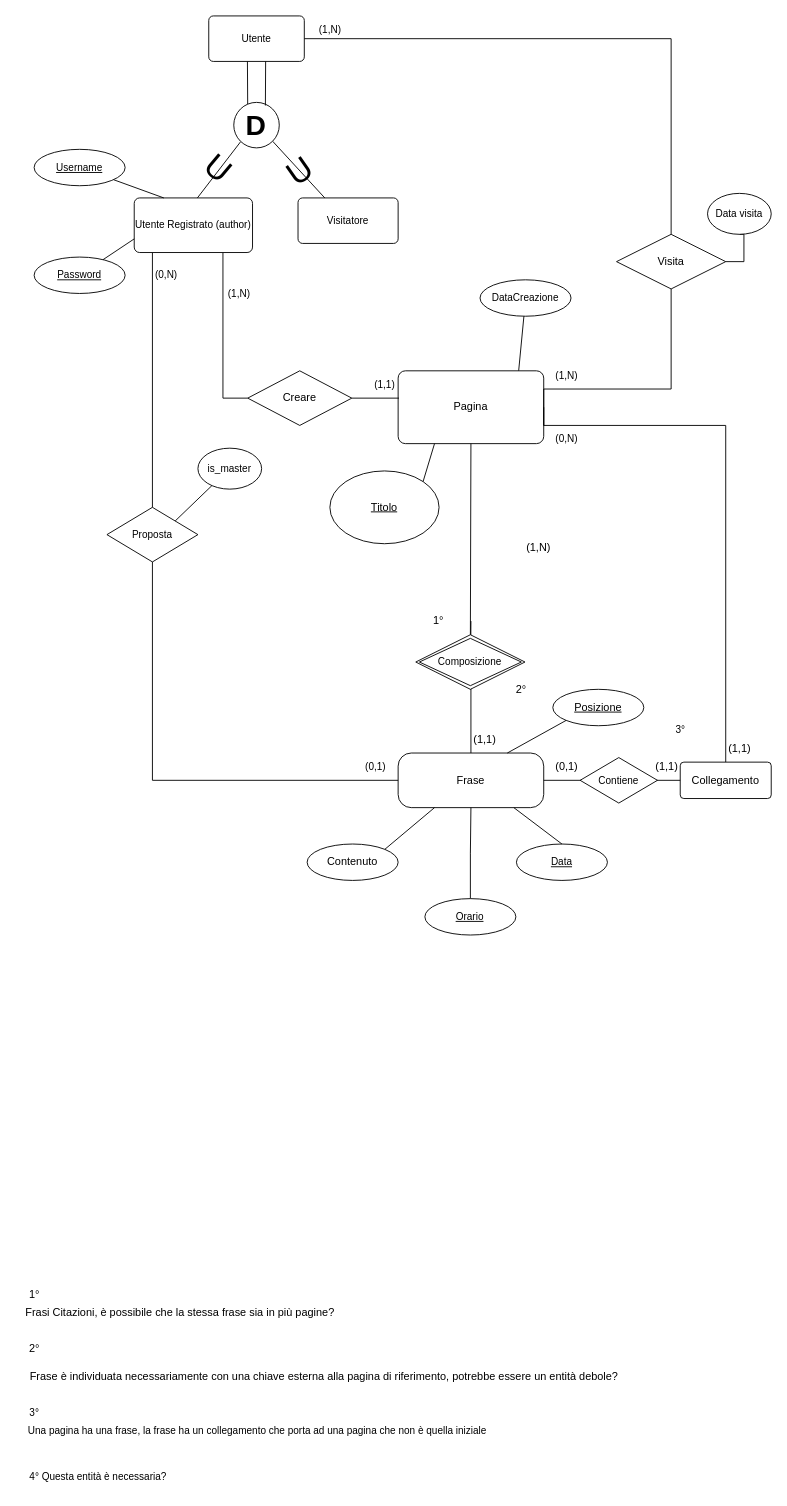
Above: Progetto BD.drawio in nukeandboom/Progetto-OO-BD (draw.io), before the change. Source tidied: cells renumbered, new cells numbered last; positions are measured from the earlier drawing's top-left corner, leaving out a move shared by most shapes. Both pictures are drawn from the tidied source at 91%, with x=0, y=0 at pixel (15, 15).
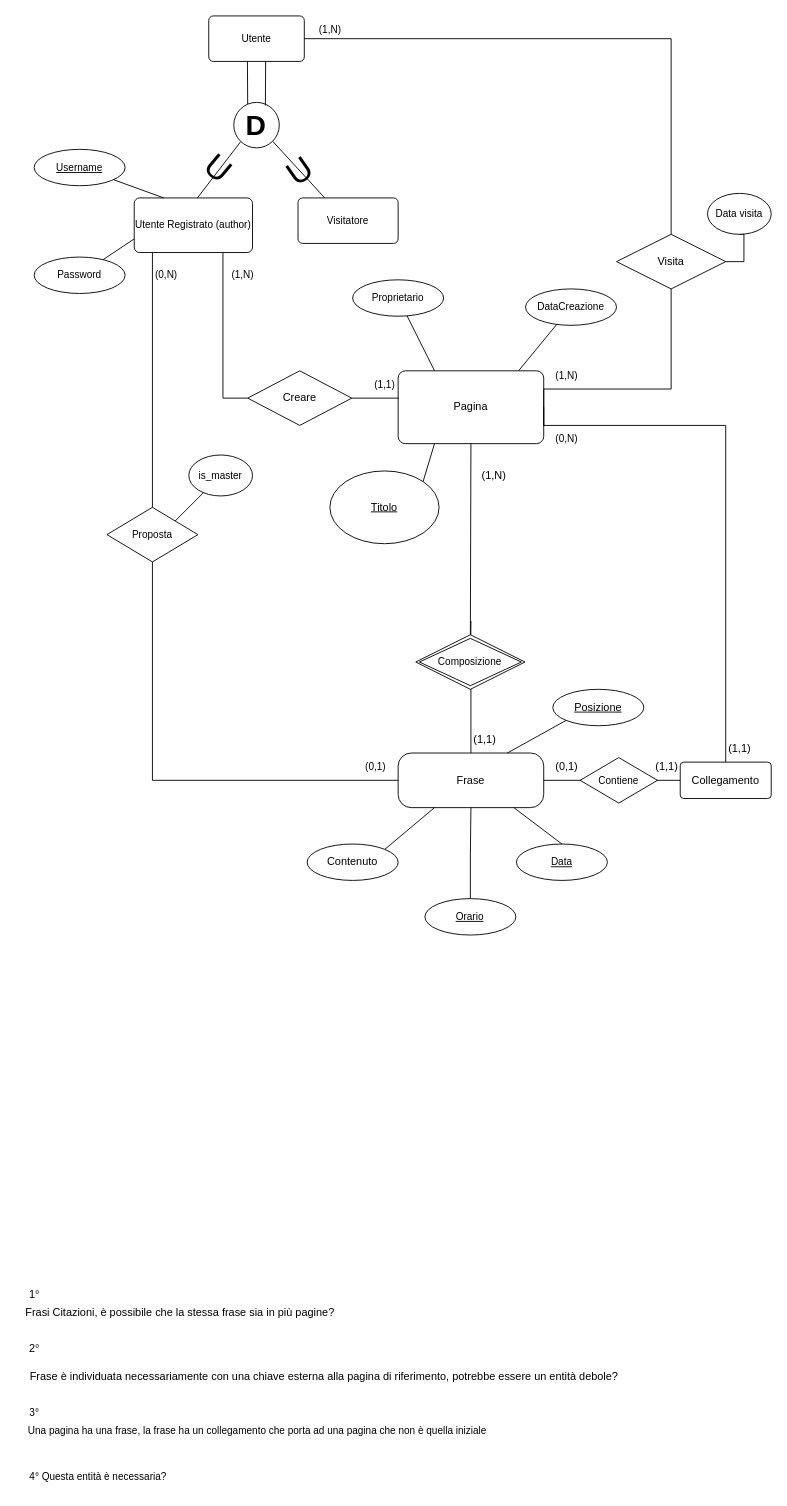
Above is the later version.

Unchanged cells that the change refers to:
```xml
<mxCell id="2" value="Pagina" style="rounded=1;arcSize=10;whiteSpace=wrap;html=1;align=center;" parent="1" vertex="1">
  <mxGeometry x="420" y="390" width="160" height="80" as="geometry" />
</mxCell>
```

Change to the diagram source:
```diff
@@
-    <mxCell id="7" value="1°" style="text;html=1;align=center;verticalAlign=middle;strokeColor=none;fillColor=none;" parent="1" vertex="1">
-      <mxGeometry x="449.4" y="650" width="30" height="30" as="geometry" />
-    </mxCell>
@@
-    <mxCell id="15" value="2°" style="text;html=1;align=center;verticalAlign=middle;strokeColor=none;fillColor=none;" parent="1" vertex="1">
-      <mxGeometry x="540" y="725" width="30" height="30" as="geometry" />
-    </mxCell>
@@
-    <mxCell id="27" value="3°" style="text;html=1;align=center;verticalAlign=middle;strokeColor=none;fillColor=none;fontSize=11;fontFamily=Helvetica;fontColor=default;" parent="1" vertex="1">
-      <mxGeometry x="715" y="770" width="30" height="30" as="geometry" />
-    </mxCell>
     <mxCell id="28" value="(1,N)" style="text;html=1;align=center;verticalAlign=middle;strokeColor=none;fillColor=none;" parent="1" vertex="1">
-      <mxGeometry x="549.4" y="570" width="50" height="30" as="geometry" />
+      <mxGeometry x="500" y="490" width="50" height="30" as="geometry" />
     </mxCell>
@@
-    <mxCell id="34" value="&lt;u&gt;Password&lt;/u&gt;" style="ellipse;whiteSpace=wrap;html=1;align=center;fontFamily=Helvetica;fontSize=11;fontColor=default;" parent="1" vertex="1">
+    <mxCell id="34" value="Password" style="ellipse;whiteSpace=wrap;html=1;align=center;fontFamily=Helvetica;fontSize=11;fontColor=default;" parent="1" vertex="1">
       <mxGeometry x="20" y="265" width="100" height="40" as="geometry" />
     </mxCell>
@@
     <mxCell id="37" value="(1,N)" style="text;html=1;align=center;verticalAlign=middle;strokeColor=none;fillColor=none;fontSize=11;fontFamily=Helvetica;fontColor=default;" parent="1" vertex="1">
-      <mxGeometry x="220" y="290" width="50" height="30" as="geometry" />
+      <mxGeometry x="224.4" y="270" width="50" height="30" as="geometry" />
     </mxCell>
@@
     <mxCell id="44" value="is_master" style="ellipse;whiteSpace=wrap;html=1;align=center;fontFamily=Helvetica;fontSize=11;fontColor=default;" parent="1" vertex="1">
-      <mxGeometry x="200" y="475" width="70" height="45" as="geometry" />
+      <mxGeometry x="190" y="482.5" width="70" height="45" as="geometry" />
     </mxCell>
@@
     <mxCell id="59" value="DataCreazione" style="ellipse;whiteSpace=wrap;html=1;align=center;fontFamily=Helvetica;fontSize=11;fontColor=default;" parent="1" vertex="1">
-      <mxGeometry x="510" y="290" width="100" height="40" as="geometry" />
+      <mxGeometry x="560" y="300" width="100" height="40" as="geometry" />
     </mxCell>
@@
+    <mxCell id="73" style="rounded=0;jettySize=auto;html=1;entryX=0.25;entryY=0;entryDx=0;entryDy=0;endArrow=none;endFill=0;" parent="1" edge="1" source="74" target="2">
+      <mxGeometry relative="1" as="geometry" />
+    </mxCell>
+    <mxCell id="74" value="Proprietario" style="ellipse;whiteSpace=wrap;html=1;align=center;fontFamily=Helvetica;fontSize=11;fontColor=default;" parent="1" vertex="1">
+      <mxGeometry x="370" y="290" width="100" height="40" as="geometry" />
+    </mxCell>
```
